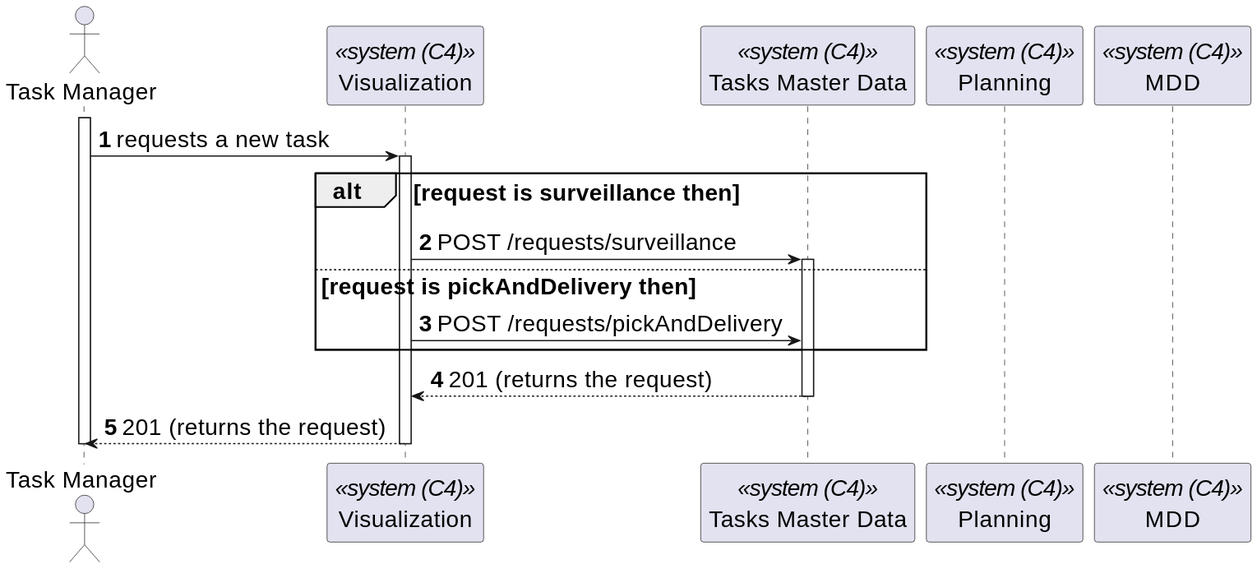
Earlier version of the PlantUML export _wiki/sprint-c/us-460/views/level-2/assets/process-view.svg (miseEnPlace-dev/lapr5). The source it was exported from:
```plantuml
@startuml
skinparamlocked defaultFontSize 20
autonumber
actor TM as "Task Manager"
participant UI as "Visualization" <<system (C4)>>
participant TMD as "Tasks Master Data" <<system (C4)>>
participant P as "Planning" <<system (C4)>>
participant MDD as "MDD" <<system (C4)>>

activate TM

TM -> UI : requests a new task
activate UI

alt request is surveillance then

  UI -> TMD : POST /requests/surveillance
  activate TMD

else request is pickAndDelivery then

  UI -> TMD : POST /requests/pickAndDelivery
end


TMD --> UI : 201 (returns the request)
deactivate TMD

TM <-- UI : 201 (returns the request)
deactivate UI

deactivate TM
@enduml
```
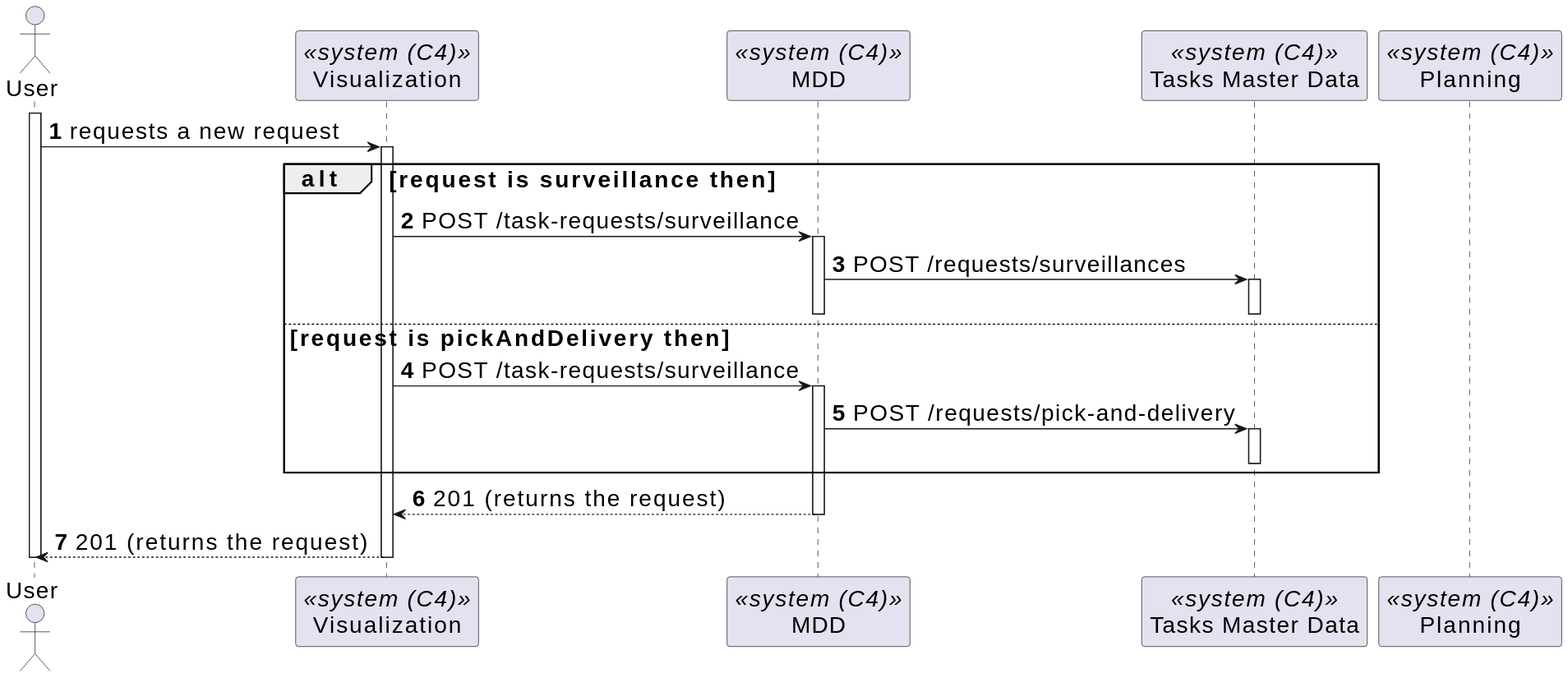
Above is the later version.

Diff of the diagram source:
```diff
@@ -1,30 +1,41 @@
 @startuml
 skinparamlocked defaultFontSize 20
 autonumber
-actor TM as "Task Manager"
+actor TM as "User"
 participant UI as "Visualization" <<system (C4)>>
+participant MDD as "MDD" <<system (C4)>>
 participant TMD as "Tasks Master Data" <<system (C4)>>
 participant P as "Planning" <<system (C4)>>
-participant MDD as "MDD" <<system (C4)>>
 
 activate TM
 
-TM -> UI : requests a new task
+TM -> UI : requests a new request
 activate UI
+
 
 alt request is surveillance then
 
-  UI -> TMD : POST /requests/surveillance
+  UI -> MDD : POST /task-requests/surveillance
+  activate MDD
+
+  MDD -> TMD : POST /requests/surveillances
   activate TMD
+  deactivate MDD
+  deactivate TMD
 
 else request is pickAndDelivery then
 
-  UI -> TMD : POST /requests/pickAndDelivery
+  UI -> MDD : POST /task-requests/surveillance
+  activate MDD
+
+  MDD -> TMD : POST /requests/pick-and-delivery
+  activate TMD
+  deactivate TMD
 end
 
 
-TMD --> UI : 201 (returns the request)
-deactivate TMD
+MDD --> UI : 201 (returns the request)
+deactivate MDD
 
 TM <-- UI : 201 (returns the request)
 deactivate UI
```
